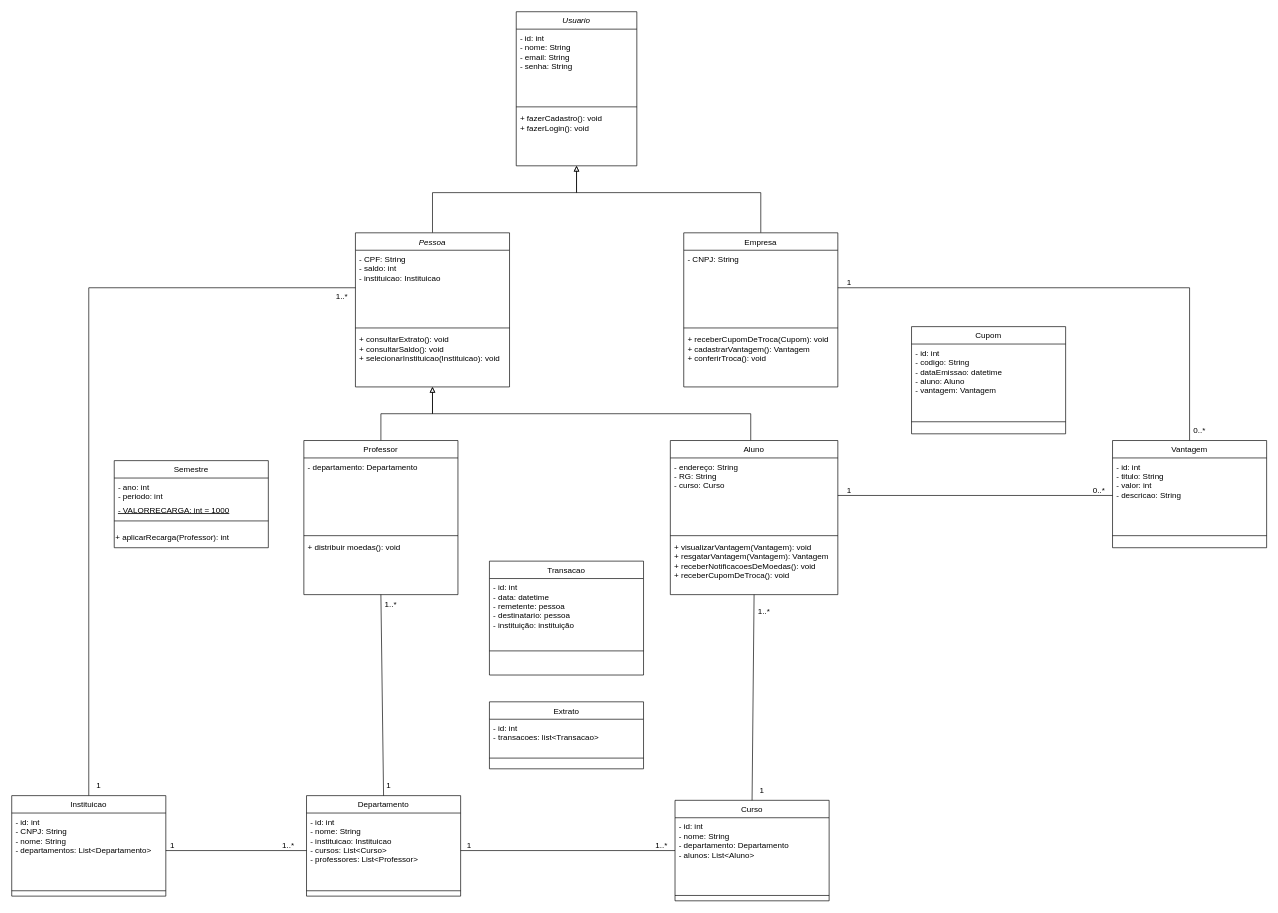
Earlier version of the draw.io diagram projeto/drawio/Diagrama de classes.drawio (pedrolucas444/laboratorio-3). Source tidied: cells renumbered, new cells numbered last; positions are measured from the earlier drawing's top-left corner, leaving out a move shared by most shapes. Both pictures are drawn from the tidied source at 67%, with x=0, y=0 at pixel (11, 11).
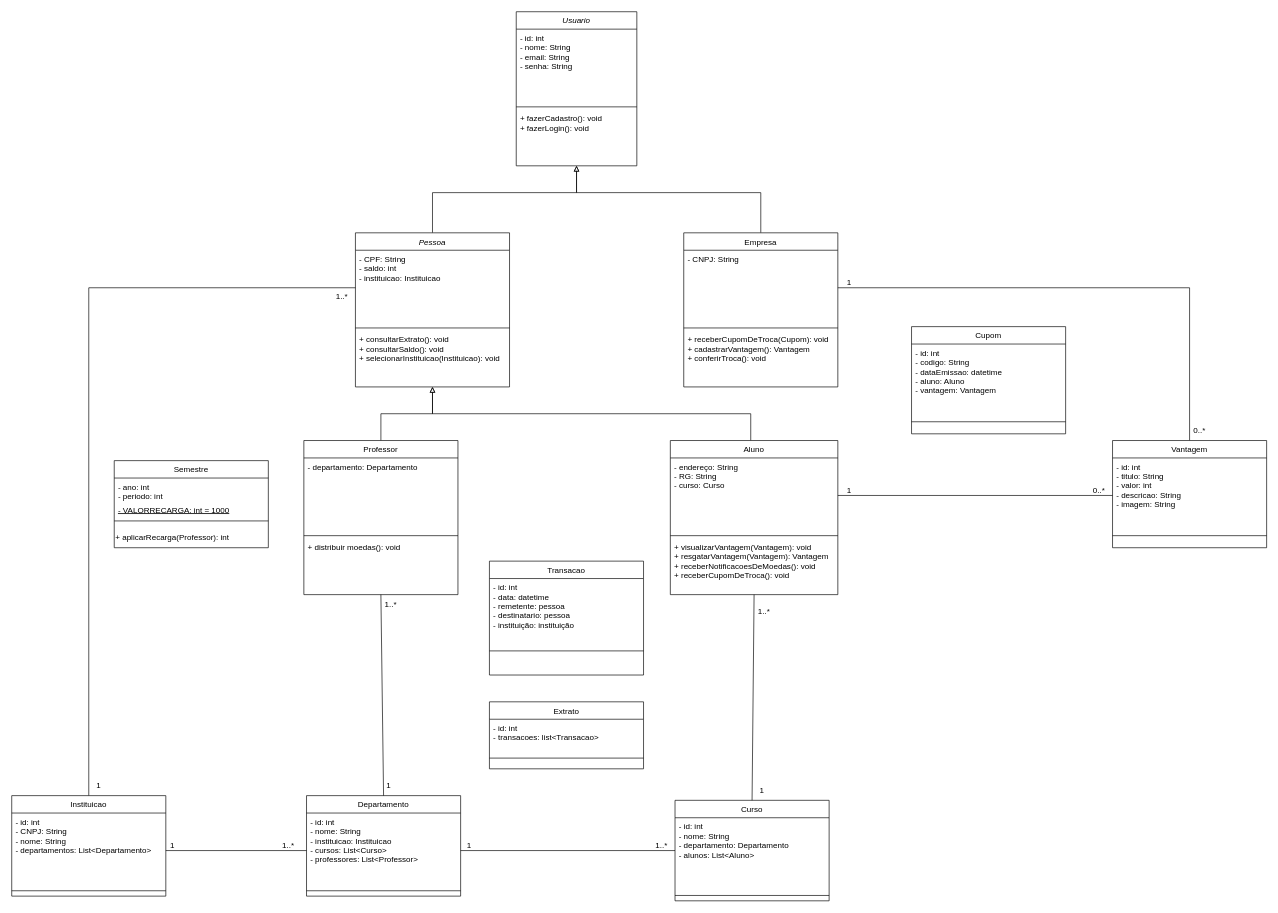
The same diagram, later.

Unchanged cells that the change refers to:
```xml
<mxCell id="51" value="Vantagem" style="swimlane;fontStyle=0;align=center;verticalAlign=top;horizontal=1;startSize=26;rounded=0;shadow=0;strokeWidth=1;" parent="1" vertex="1">
  <mxGeometry x="1643" y="640" width="230" height="160" as="geometry" />
</mxCell>
```

Change to the diagram source:
```diff
@@
-    <mxCell id="52" value="- id: int&#10;- titulo: String&#10;- valor: int&#10;- descricao: String" style="text;align=left;verticalAlign=top;spacingLeft=4;spacingRight=4;overflow=hidden;points=[[0,0.5],[1,0.5]];portConstraint=eastwest;rounded=0;shadow=0;html=0;" parent="51" vertex="1">
+    <mxCell id="52" value="- id: int&#10;- titulo: String&#10;- valor: int&#10;- descricao: String&#10;- imagem: String" style="text;align=left;verticalAlign=top;spacingLeft=4;spacingRight=4;overflow=hidden;points=[[0,0.5],[1,0.5]];portConstraint=eastwest;rounded=0;shadow=0;html=0;" parent="51" vertex="1">
       <mxGeometry y="26" width="230" height="112" as="geometry" />
     </mxCell>
```
